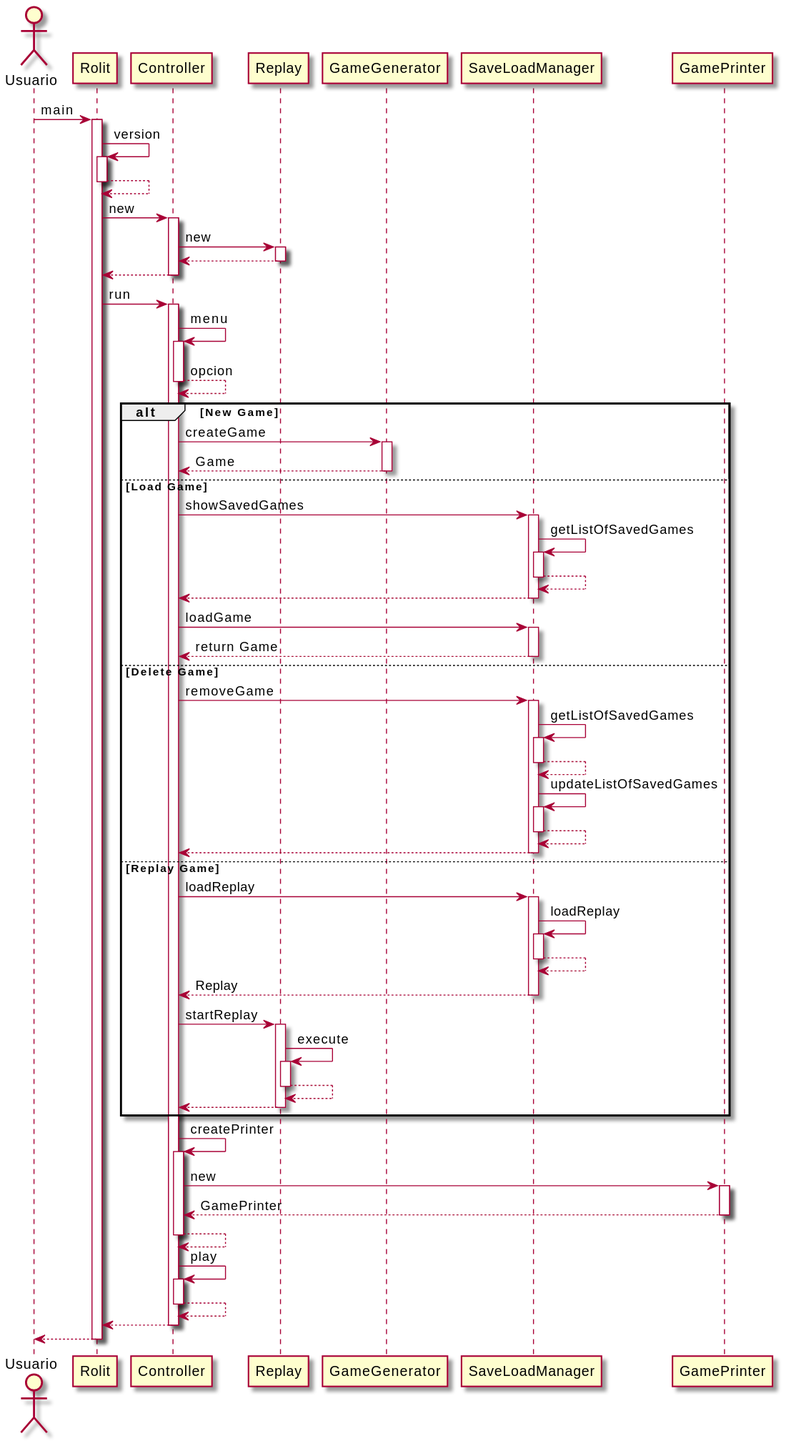
The PlantUML diagram PMC-UML/svg/Rolit_main.svg in UCM-FDI-DISIA/proyectois2dg2022-pmc, before a commit.
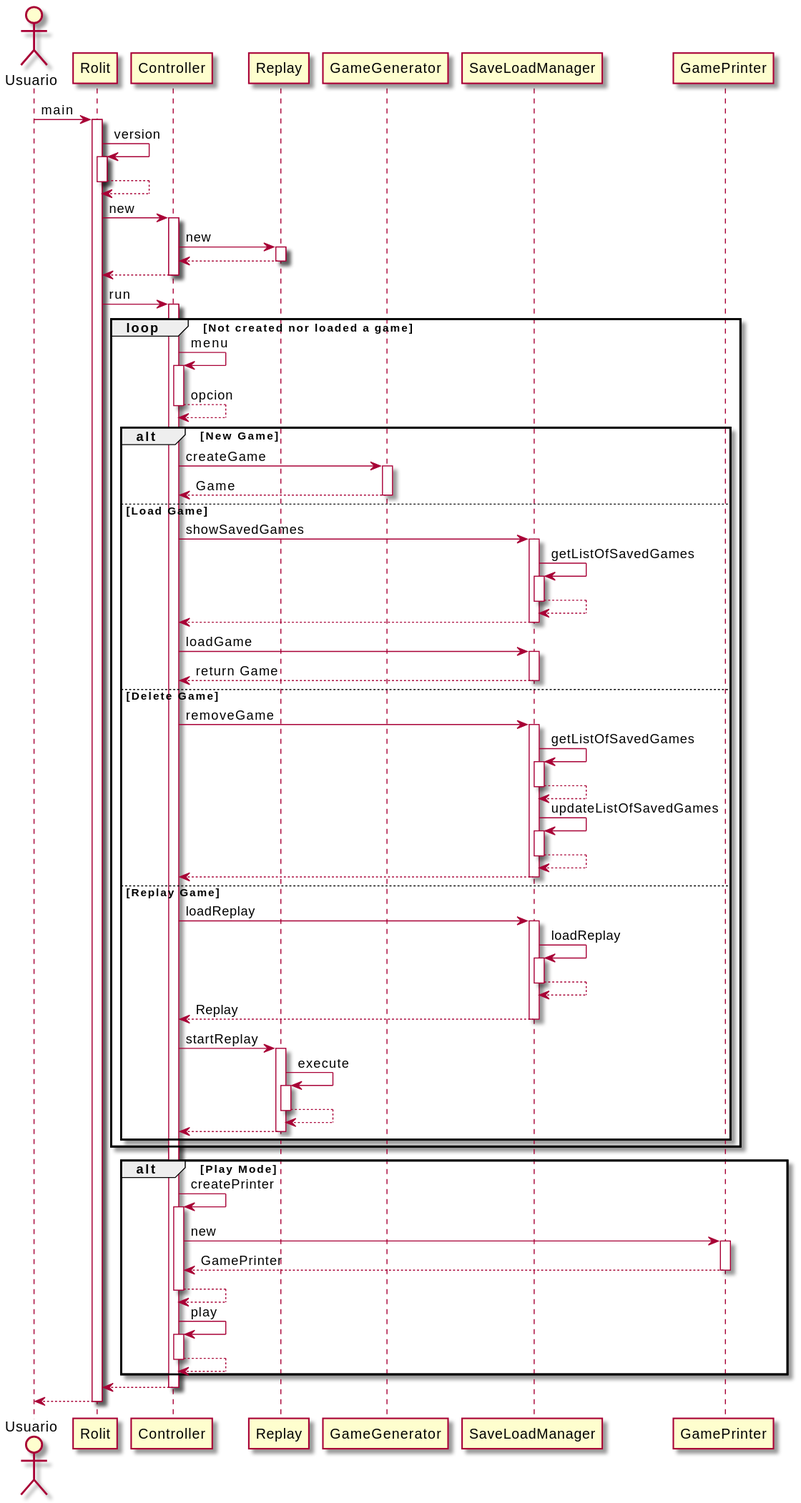
The same file after the commit.

Commit message:
UML Menú principal actualizado

Change to the diagram source:
```diff
@@ -17,6 +17,9 @@
 Rolit -> Controller : run
 
 activate Controller
+
+loop Not created nor loaded a game
+
 Controller -> Controller : menu
 activate Controller
 Controller --> Controller : opcion
@@ -80,6 +83,10 @@
 
 end
 
+end
+
+alt Play Mode
+
 Controller -> Controller : createPrinter
 activate Controller
 Controller -> GamePrinter : new
@@ -92,6 +99,9 @@
 activate Controller
 Controller --> Controller
 deactivate Controller
+
+end
+
 Controller --> Rolit
 deactivate Controller
 return
```
